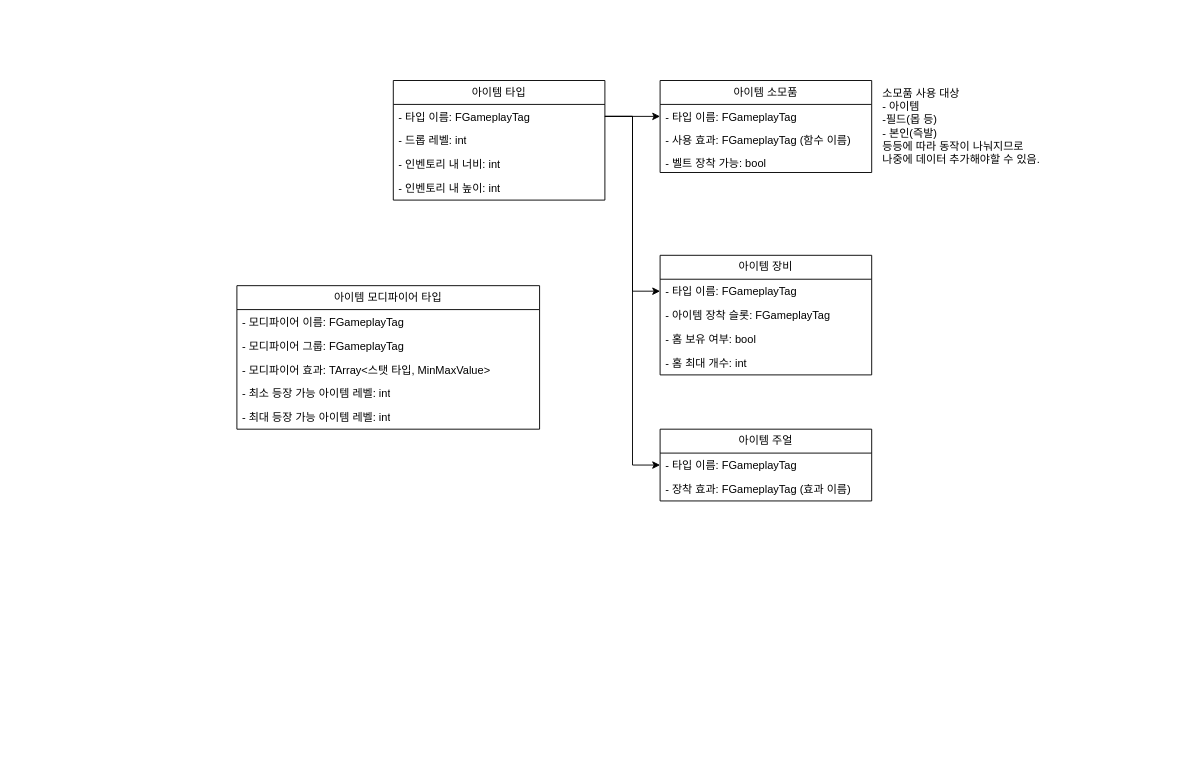
The draw.io diagram ItemData.drawio in virtus2/prototype, before the edit. Source tidied: cells renumbered, new cells numbered last; positions are measured from the earlier drawing's top-left corner, leaving out a move shared by most shapes. Both pictures are drawn from the tidied source at 92%, with x=0, y=0 at pixel (236, 80).
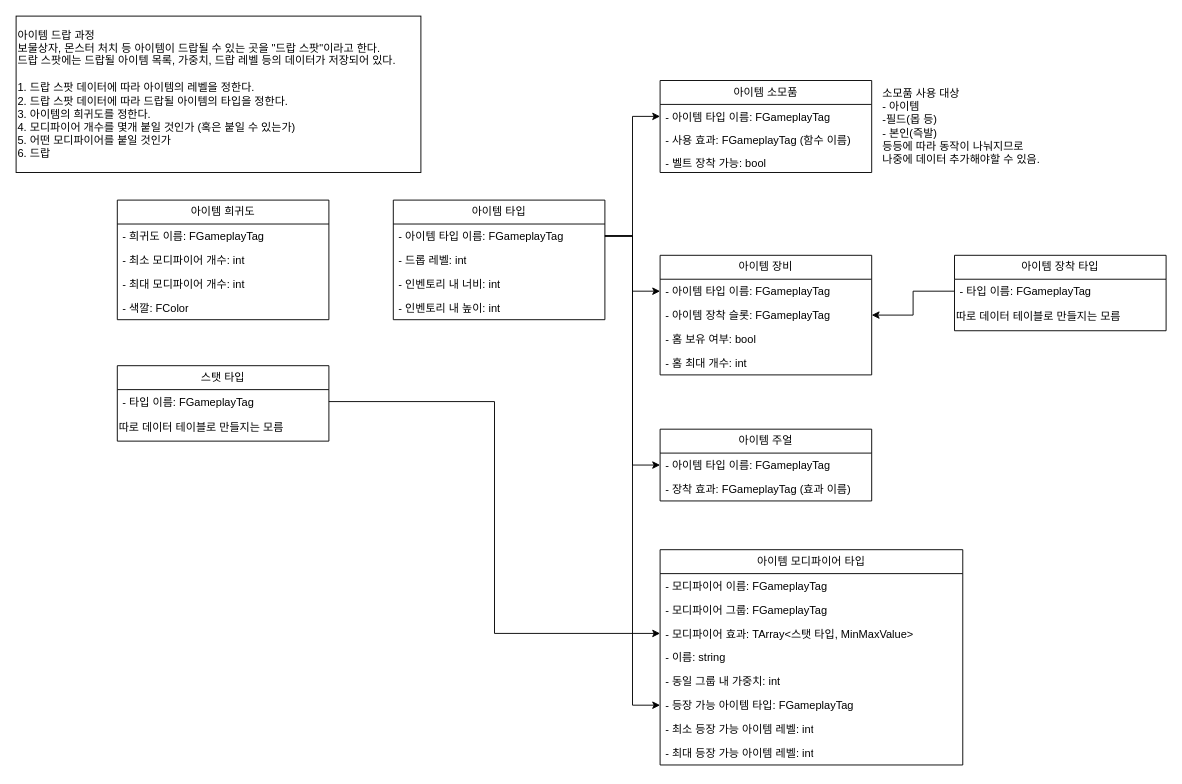
Above is the later version.

Commit message:
chore: 아이템 데이터 구조도 작업

The change refers to these unchanged cells:
```xml
<mxCell id="7" value="아이템 소모품" style="swimlane;fontStyle=0;horizontal=1;startSize=26;fillColor=none;whiteSpace=wrap;html=1;" parent="1" vertex="1">
  <mxGeometry x="460" width="230" height="100" as="geometry" />
</mxCell>
<mxCell id="11" value="아이템 장비" style="swimlane;fontStyle=0;horizontal=1;startSize=26;fillColor=none;whiteSpace=wrap;html=1;" parent="1" vertex="1">
  <mxGeometry x="460" y="190" width="230" height="130" as="geometry" />
</mxCell>
<mxCell id="13" value="- 아이템 장착 슬롯: FGameplayTag&lt;br&gt;" style="text;strokeColor=none;fillColor=none;align=left;verticalAlign=top;spacingLeft=4;spacingRight=4;overflow=hidden;points=[[0,0.5],[1,0.5]];portConstraint=eastwest;whiteSpace=wrap;html=1;" parent="11" vertex="1">
  <mxGeometry y="52" width="230" height="26" as="geometry" />
</mxCell>
<mxCell id="17" value="아이템 주얼" style="swimlane;fontStyle=0;horizontal=1;startSize=26;fillColor=none;whiteSpace=wrap;html=1;" parent="1" vertex="1">
  <mxGeometry x="460" y="379" width="230" height="78" as="geometry" />
</mxCell>
<mxCell id="26" value="- 모디파이어 효과: TArray&amp;lt;스탯 타입, MinMaxValue&amp;gt;" style="text;strokeColor=none;fillColor=none;align=left;verticalAlign=top;spacingLeft=4;spacingRight=4;overflow=hidden;points=[[0,0.5],[1,0.5]];portConstraint=eastwest;whiteSpace=wrap;html=1;" parent="23" vertex="1">
  <mxGeometry y="78" width="329" height="26" as="geometry" />
</mxCell>
```

What changed in the source:
```diff
@@
     <mxCell id="2" value="아이템 타입" style="swimlane;fontStyle=0;horizontal=1;startSize=26;fillColor=none;whiteSpace=wrap;html=1;" parent="1" vertex="1">
-      <mxGeometry x="170" width="230" height="130" as="geometry" />
+      <mxGeometry x="170" y="130" width="230" height="130" as="geometry" />
     </mxCell>
-    <mxCell id="3" value="- 타입 이름: FGameplayTag" style="text;strokeColor=none;fillColor=none;align=left;verticalAlign=top;spacingLeft=4;spacingRight=4;overflow=hidden;points=[[0,0.5],[1,0.5]];portConstraint=eastwest;whiteSpace=wrap;html=1;" parent="2" vertex="1">
+    <mxCell id="3" value="- 아이템 타입 이름: FGameplayTag" style="text;strokeColor=none;fillColor=none;align=left;verticalAlign=top;spacingLeft=4;spacingRight=4;overflow=hidden;points=[[0,0.5],[1,0.5]];portConstraint=eastwest;whiteSpace=wrap;html=1;" parent="2" vertex="1">
       <mxGeometry y="26" width="230" height="26" as="geometry" />
     </mxCell>
@@
-    <mxCell id="8" value="- 타입 이름: FGameplayTag" style="text;strokeColor=none;fillColor=none;align=left;verticalAlign=top;spacingLeft=4;spacingRight=4;overflow=hidden;points=[[0,0.5],[1,0.5]];portConstraint=eastwest;whiteSpace=wrap;html=1;" parent="7" vertex="1">
+    <mxCell id="8" value="- 아이템 타입 이름: FGameplayTag" style="text;strokeColor=none;fillColor=none;align=left;verticalAlign=top;spacingLeft=4;spacingRight=4;overflow=hidden;points=[[0,0.5],[1,0.5]];portConstraint=eastwest;whiteSpace=wrap;html=1;" parent="7" vertex="1">
       <mxGeometry y="26" width="230" height="26" as="geometry" />
     </mxCell>
@@
-    <mxCell id="12" value="- 타입 이름: FGameplayTag" style="text;strokeColor=none;fillColor=none;align=left;verticalAlign=top;spacingLeft=4;spacingRight=4;overflow=hidden;points=[[0,0.5],[1,0.5]];portConstraint=eastwest;whiteSpace=wrap;html=1;" parent="11" vertex="1">
+    <mxCell id="12" value="- 아이템 타입 이름: FGameplayTag" style="text;strokeColor=none;fillColor=none;align=left;verticalAlign=top;spacingLeft=4;spacingRight=4;overflow=hidden;points=[[0,0.5],[1,0.5]];portConstraint=eastwest;whiteSpace=wrap;html=1;" parent="11" vertex="1">
       <mxGeometry y="26" width="230" height="26" as="geometry" />
     </mxCell>
@@
-    <mxCell id="18" value="- 타입 이름: FGameplayTag" style="text;strokeColor=none;fillColor=none;align=left;verticalAlign=top;spacingLeft=4;spacingRight=4;overflow=hidden;points=[[0,0.5],[1,0.5]];portConstraint=eastwest;whiteSpace=wrap;html=1;" parent="17" vertex="1">
+    <mxCell id="18" value="- 아이템 타입 이름: FGameplayTag" style="text;strokeColor=none;fillColor=none;align=left;verticalAlign=top;spacingLeft=4;spacingRight=4;overflow=hidden;points=[[0,0.5],[1,0.5]];portConstraint=eastwest;whiteSpace=wrap;html=1;" parent="17" vertex="1">
       <mxGeometry y="26" width="230" height="26" as="geometry" />
     </mxCell>
@@
     <mxCell id="23" value="아이템 모디파이어 타입" style="swimlane;fontStyle=0;horizontal=1;startSize=26;fillColor=none;whiteSpace=wrap;html=1;" parent="1" vertex="1">
-      <mxGeometry y="223" width="329" height="156" as="geometry" />
+      <mxGeometry x="460" y="510" width="329" height="234" as="geometry" />
     </mxCell>
@@
+    <mxCell id="29" value="- 이름: string" style="text;strokeColor=none;fillColor=none;align=left;verticalAlign=top;spacingLeft=4;spacingRight=4;overflow=hidden;whiteSpace=wrap;html=1;" parent="23" vertex="1">
+      <mxGeometry y="104" width="329" height="26" as="geometry" />
+    </mxCell>
+    <mxCell id="30" value="- 동일 그룹 내 가중치: int&amp;nbsp;" style="text;strokeColor=none;fillColor=none;align=left;verticalAlign=top;spacingLeft=4;spacingRight=4;overflow=hidden;whiteSpace=wrap;html=1;" parent="23" vertex="1">
+      <mxGeometry y="130" width="329" height="26" as="geometry" />
+    </mxCell>
+    <mxCell id="31" value="- 등장 가능 아이템 타입: FGameplayTag" style="text;strokeColor=none;fillColor=none;align=left;verticalAlign=top;spacingLeft=4;spacingRight=4;overflow=hidden;points=[[0,0.5],[1,0.5]];portConstraint=eastwest;whiteSpace=wrap;html=1;" parent="23" vertex="1">
+      <mxGeometry y="156" width="329" height="26" as="geometry" />
+    </mxCell>
     <mxCell id="27" value="- 최소 등장 가능 아이템 레벨: int" style="text;strokeColor=none;fillColor=none;align=left;verticalAlign=top;spacingLeft=4;spacingRight=4;overflow=hidden;whiteSpace=wrap;html=1;" parent="23" vertex="1">
-      <mxGeometry y="104" width="329" height="26" as="geometry" />
+      <mxGeometry y="182" width="329" height="26" as="geometry" />
     </mxCell>
     <mxCell id="28" value="- 최대 등장 가능 아이템 레벨: int" style="text;strokeColor=none;fillColor=none;align=left;verticalAlign=top;spacingLeft=4;spacingRight=4;overflow=hidden;whiteSpace=wrap;html=1;" parent="23" vertex="1">
-      <mxGeometry y="130" width="329" height="26" as="geometry" />
+      <mxGeometry y="208" width="329" height="26" as="geometry" />
     </mxCell>
+    <mxCell id="32" style="edgeStyle=orthogonalEdgeStyle;rounded=0;jettySize=auto;html=1;" parent="1" edge="1" source="3" target="31">
+      <mxGeometry relative="1" as="geometry" />
+    </mxCell>
+    <mxCell id="33" value="스탯 타입" style="swimlane;fontStyle=0;horizontal=1;startSize=26;fillColor=none;whiteSpace=wrap;html=1;" parent="1" vertex="1">
+      <mxGeometry x="-130" y="310" width="230" height="82" as="geometry" />
+    </mxCell>
+    <mxCell id="34" value="- 타입 이름: FGameplayTag" style="text;strokeColor=none;fillColor=none;align=left;verticalAlign=top;spacingLeft=4;spacingRight=4;overflow=hidden;points=[[0,0.5],[1,0.5]];portConstraint=eastwest;whiteSpace=wrap;html=1;" parent="33" vertex="1">
+      <mxGeometry y="26" width="230" height="26" as="geometry" />
+    </mxCell>
+    <mxCell id="35" value="따로 데이터 테이블로 만들지는 모름" style="text;html=1;align=left;verticalAlign=middle;strokeColor=none;fillColor=none;" parent="33" vertex="1">
+      <mxGeometry y="52" width="230" height="30" as="geometry" />
+    </mxCell>
+    <mxCell id="36" style="edgeStyle=orthogonalEdgeStyle;rounded=0;jettySize=auto;html=1;" parent="1" edge="1" source="34" target="26">
+      <mxGeometry relative="1" as="geometry" />
+    </mxCell>
+    <mxCell id="37" value="아이템 희귀도" style="swimlane;fontStyle=0;horizontal=1;startSize=26;fillColor=none;whiteSpace=wrap;html=1;" parent="1" vertex="1">
+      <mxGeometry x="-130" y="130" width="230" height="130" as="geometry" />
+    </mxCell>
+    <mxCell id="38" value="- 희귀도 이름: FGameplayTag" style="text;strokeColor=none;fillColor=none;align=left;verticalAlign=top;spacingLeft=4;spacingRight=4;overflow=hidden;whiteSpace=wrap;html=1;" parent="37" vertex="1">
+      <mxGeometry y="26" width="230" height="26" as="geometry" />
+    </mxCell>
+    <mxCell id="39" value="- 최소 모디파이어 개수: int" style="text;strokeColor=none;fillColor=none;align=left;verticalAlign=top;spacingLeft=4;spacingRight=4;overflow=hidden;whiteSpace=wrap;html=1;" parent="37" vertex="1">
+      <mxGeometry y="52" width="230" height="26" as="geometry" />
+    </mxCell>
+    <mxCell id="40" value="- 최대 모디파이어 개수: int" style="text;strokeColor=none;fillColor=none;align=left;verticalAlign=top;spacingLeft=4;spacingRight=4;overflow=hidden;whiteSpace=wrap;html=1;" parent="37" vertex="1">
+      <mxGeometry y="78" width="230" height="26" as="geometry" />
+    </mxCell>
+    <mxCell id="41" value="- 색깔: FColor" style="text;strokeColor=none;fillColor=none;align=left;verticalAlign=top;spacingLeft=4;spacingRight=4;overflow=hidden;whiteSpace=wrap;html=1;" parent="37" vertex="1">
+      <mxGeometry y="104" width="230" height="26" as="geometry" />
+    </mxCell>
+    <mxCell id="42" value="아이템 드랍 과정&lt;br&gt;보물상자, 몬스터 처치 등 아이템이 드랍될 수 있는 곳을 &quot;드랍 스팟&quot;이라고 한다.&lt;br&gt;드랍 스팟에는 드랍될 아이템 목록, 가중치, 드랍 레벨 등의 데이터가 저장되어 있다.&lt;br&gt;&lt;br&gt;1. 드랍 스팟 데이터에 따라 아이템의 레벨을 정한다.&lt;br&gt;2. 드랍 스팟 데이터에 따라 드랍될 아이템의 타입을 정한다.&lt;br style=&quot;border-color: var(--border-color);&quot;&gt;&lt;span style=&quot;&quot;&gt;3. 아이템의 희귀도를 정한다.&lt;/span&gt;&lt;br style=&quot;border-color: var(--border-color);&quot;&gt;&lt;span style=&quot;&quot;&gt;4. 모디파이어 개수를 몇개 붙일 것인가 (혹은 붙일 수 있는가)&lt;/span&gt;&lt;br style=&quot;border-color: var(--border-color);&quot;&gt;&lt;span style=&quot;&quot;&gt;5. 어떤 모디파이어를 붙일 것인가&lt;/span&gt;&lt;br style=&quot;border-color: var(--border-color);&quot;&gt;&lt;span style=&quot;&quot;&gt;6. 드랍&lt;/span&gt;" style="rounded=0;whiteSpace=wrap;html=1;align=left;" parent="1" vertex="1">
+      <mxGeometry x="-240" y="-70" width="440" height="170" as="geometry" />
+    </mxCell>
+    <mxCell id="43" value="아이템 장착 타입" style="swimlane;fontStyle=0;horizontal=1;startSize=26;fillColor=none;whiteSpace=wrap;html=1;" parent="1" vertex="1">
+      <mxGeometry x="780" y="190" width="230" height="82" as="geometry" />
+    </mxCell>
+    <mxCell id="44" value="- 타입 이름: FGameplayTag" style="text;strokeColor=none;fillColor=none;align=left;verticalAlign=top;spacingLeft=4;spacingRight=4;overflow=hidden;points=[[0,0.5],[1,0.5]];portConstraint=eastwest;whiteSpace=wrap;html=1;" parent="43" vertex="1">
+      <mxGeometry y="26" width="230" height="26" as="geometry" />
+    </mxCell>
+    <mxCell id="45" value="따로 데이터 테이블로 만들지는 모름" style="text;html=1;align=left;verticalAlign=middle;strokeColor=none;fillColor=none;" parent="43" vertex="1">
+      <mxGeometry y="52" width="230" height="30" as="geometry" />
+    </mxCell>
+    <mxCell id="46" style="edgeStyle=orthogonalEdgeStyle;rounded=0;jettySize=auto;html=1;" parent="1" edge="1" source="44" target="13">
+      <mxGeometry relative="1" as="geometry" />
+    </mxCell>
```
